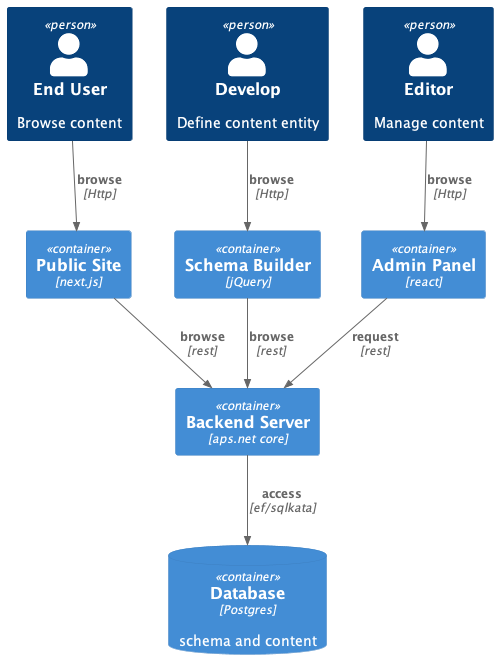
Before: doc/diagrams/overview.png, a diagram exported from PlantUML (vpstarweb/formcms). The source it was exported from:
```plantuml
@startuml C4_Elements
!include https://raw.githubusercontent.com/plantuml-stdlib/C4-PlantUML/master/C4_Container.puml

Person(end_user, "End User", "Browse content")
Person(editor, "Editor", "Manage content")
Person(developer, "Develop", "Define content entity")

Container(schema_builder, "Schema Builder", "jQuery")
Container(admin_panel, "Admin Panel", "react")
Container(public_site, "Public Site", "next.js")
Container(backend_server, "Backend Server", "aps.net core")

ContainerDb(db, "Database", "Postgres", "schema and content")


Rel(end_user, public_site, "browse", "Http")
Rel(developer, schema_builder, "browse", "Http")
Rel(editor, admin_panel, "browse", "Http")

Rel(admin_panel, backend_server, "request", "rest")
Rel(public_site, backend_server, "browse", "rest")
Rel(schema_builder, backend_server, "browse", "rest")

Rel(backend_server, db, "access", "ef/sqlkata")
@enduml
```
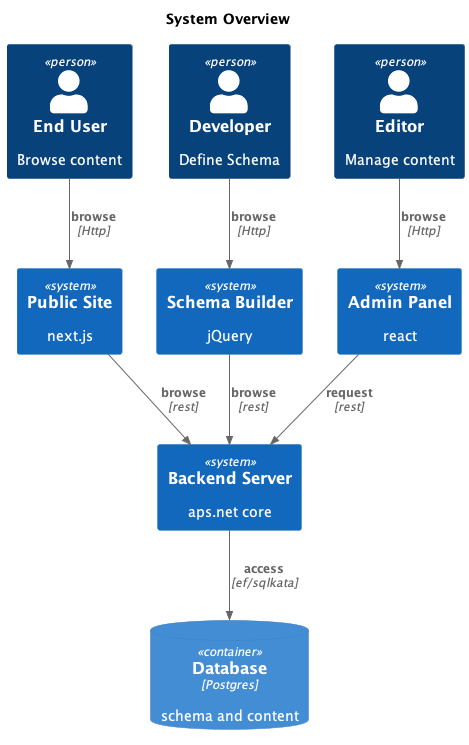
Later version of the same file.

What changed in the source:
```diff
@@ -1,14 +1,15 @@
 @startuml C4_Elements
 !include https://raw.githubusercontent.com/plantuml-stdlib/C4-PlantUML/master/C4_Container.puml
+title System Overview
 
 Person(end_user, "End User", "Browse content")
 Person(editor, "Editor", "Manage content")
-Person(developer, "Develop", "Define content entity")
+Person(developer, "Developer", "Define Schema")
 
-Container(schema_builder, "Schema Builder", "jQuery")
-Container(admin_panel, "Admin Panel", "react")
-Container(public_site, "Public Site", "next.js")
-Container(backend_server, "Backend Server", "aps.net core")
+System(schema_builder, "Schema Builder", "jQuery")
+System(admin_panel, "Admin Panel", "react")
+System(public_site, "Public Site", "next.js")
+System(backend_server, "Backend Server", "aps.net core")
 
 ContainerDb(db, "Database", "Postgres", "schema and content")
 
```
